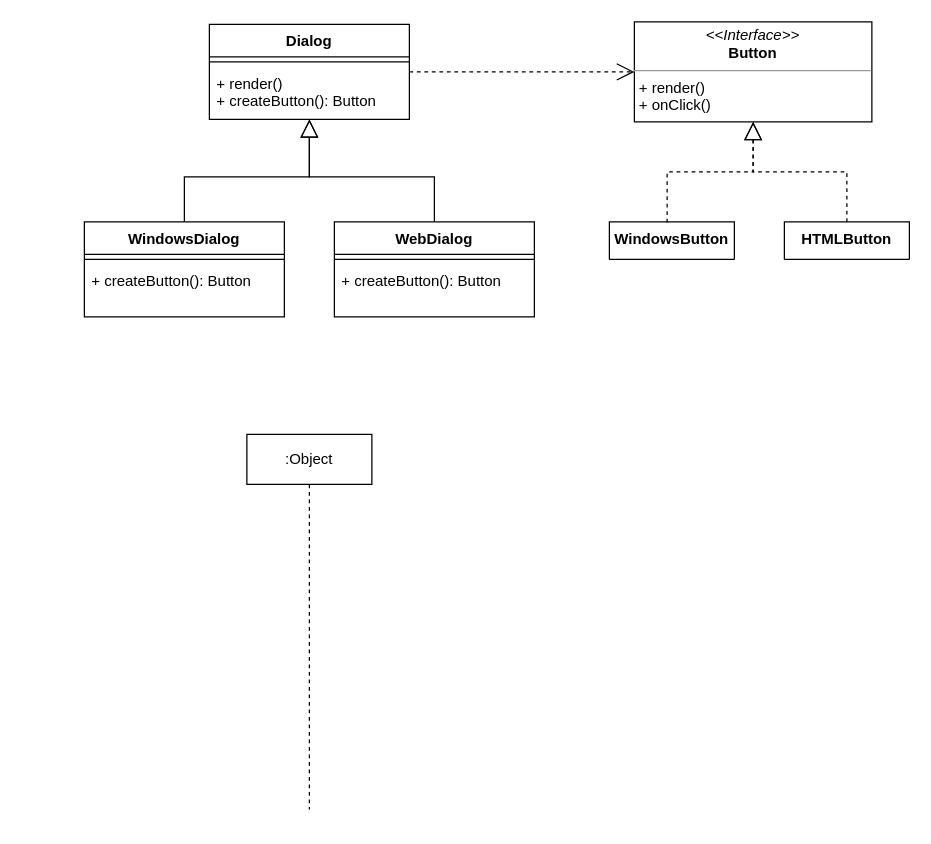
Before: page "Factory Method" (1 of 5) of patrones_creacionales/Diagrama sin título.drawio in estebansalas18/Patrones-GoF, a draw.io diagram. Source tidied: cells renumbered, new cells numbered last; positions are measured from the earlier drawing's top-left corner, leaving out a move shared by most shapes. Both pictures are drawn from the tidied source at 125%, with x=0, y=0 at pixel (84, 21).
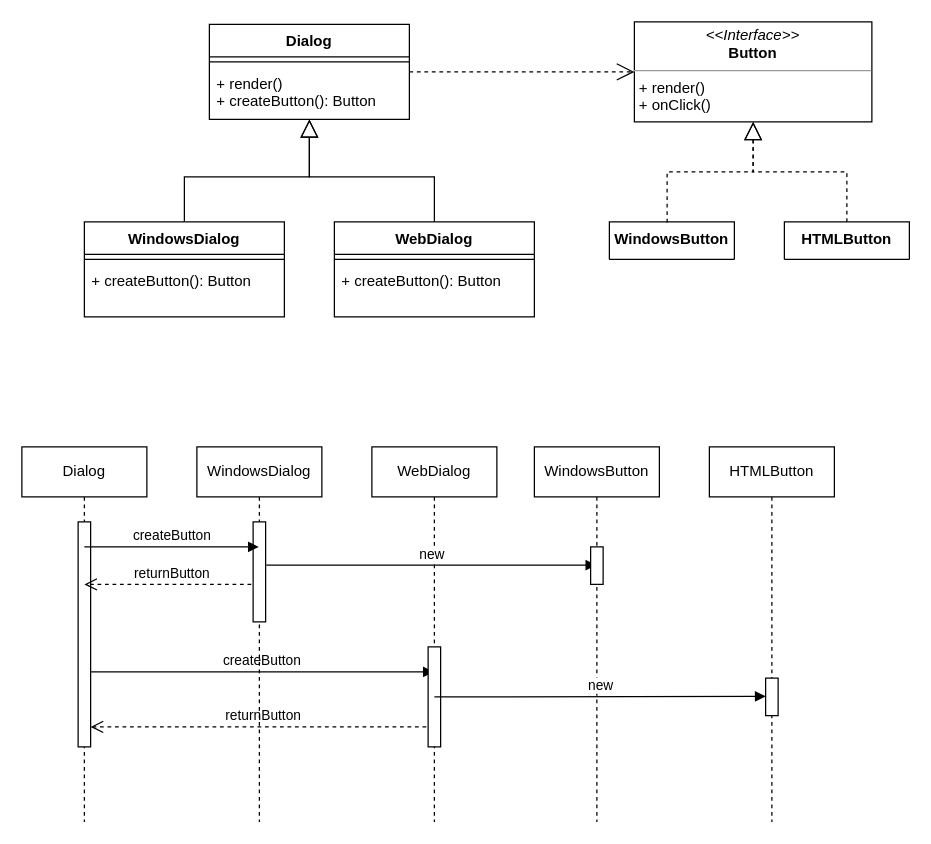
The same page after the edit.

The edit, as a diff of the source:
```diff
@@
-    <mxCell id="19" value=":Object" style="shape=umlLifeline;perimeter=lifelinePerimeter;whiteSpace=wrap;html=1;" parent="1" vertex="1">
-      <mxGeometry x="130" y="330" width="100" height="300" as="geometry" />
+    <mxCell id="19" value="Dialog" style="shape=umlLifeline;perimeter=lifelinePerimeter;whiteSpace=wrap;html=1;" parent="1" vertex="1">
+      <mxGeometry x="-50" y="340" width="100" height="300" as="geometry" />
     </mxCell>
+    <mxCell id="20" style="html=1;perimeter=orthogonalPerimeter;" parent="19" vertex="1">
+      <mxGeometry x="45" y="60" width="10" height="180" as="geometry" />
+    </mxCell>
+    <mxCell id="21" value="returnButton" style="html=1;verticalAlign=bottom;endArrow=open;dashed=1;endSize=8;rounded=0;" parent="19" edge="1" source="24">
+      <mxGeometry relative="1" as="geometry">
+        <mxPoint x="50" y="110" as="targetPoint" />
+      </mxGeometry>
+    </mxCell>
+    <mxCell id="22" value="returnButton" style="html=1;verticalAlign=bottom;endArrow=open;dashed=1;endSize=8;rounded=0;" parent="19" edge="1" source="26">
+      <mxGeometry relative="1" as="geometry">
+        <mxPoint x="55" y="224" as="targetPoint" />
+      </mxGeometry>
+    </mxCell>
+    <mxCell id="23" value="createButton" style="html=1;verticalAlign=bottom;endArrow=block;rounded=0;" parent="19" edge="1" target="26">
+      <mxGeometry relative="1" as="geometry">
+        <mxPoint x="55" y="180" as="sourcePoint" />
+      </mxGeometry>
+    </mxCell>
+    <mxCell id="24" value="WindowsDialog" style="shape=umlLifeline;perimeter=lifelinePerimeter;whiteSpace=wrap;html=1;outlineConnect=0;" parent="1" vertex="1">
+      <mxGeometry x="90" y="340" width="100" height="300" as="geometry" />
+    </mxCell>
+    <mxCell id="25" style="html=1;perimeter=orthogonalPerimeter;" parent="24" vertex="1">
+      <mxGeometry x="45" y="60" width="10" height="80" as="geometry" />
+    </mxCell>
+    <mxCell id="26" value="WebDialog" style="shape=umlLifeline;perimeter=lifelinePerimeter;whiteSpace=wrap;html=1;outlineConnect=0;" parent="1" vertex="1">
+      <mxGeometry x="230" y="340" width="100" height="300" as="geometry" />
+    </mxCell>
+    <mxCell id="27" value="new" style="html=1;verticalAlign=bottom;endArrow=block;rounded=0;" parent="26" edge="1" target="29">
+      <mxGeometry relative="1" as="geometry">
+        <mxPoint x="-84.5" y="94.6" as="sourcePoint" />
+      </mxGeometry>
+    </mxCell>
+    <mxCell id="28" style="html=1;perimeter=orthogonalPerimeter;" parent="26" vertex="1">
+      <mxGeometry x="45" y="160" width="10" height="80" as="geometry" />
+    </mxCell>
+    <mxCell id="29" value="WindowsButton" style="shape=umlLifeline;perimeter=lifelinePerimeter;whiteSpace=wrap;html=1;outlineConnect=0;" parent="1" vertex="1">
+      <mxGeometry x="360" y="340" width="100" height="300" as="geometry" />
+    </mxCell>
+    <mxCell id="30" style="html=1;perimeter=orthogonalPerimeter;" parent="29" vertex="1">
+      <mxGeometry x="45" y="80" width="10" height="30" as="geometry" />
+    </mxCell>
+    <mxCell id="31" value="new" style="html=1;verticalAlign=bottom;endArrow=block;rounded=0;" parent="29" edge="1">
+      <mxGeometry relative="1" as="geometry">
+        <mxPoint x="-80" y="200" as="sourcePoint" />
+        <mxPoint x="185" y="199.6" as="targetPoint" />
+      </mxGeometry>
+    </mxCell>
+    <mxCell id="32" value="HTMLButton" style="shape=umlLifeline;perimeter=lifelinePerimeter;whiteSpace=wrap;html=1;" parent="1" vertex="1">
+      <mxGeometry x="500" y="340" width="100" height="300" as="geometry" />
+    </mxCell>
+    <mxCell id="33" style="html=1;perimeter=orthogonalPerimeter;" parent="32" vertex="1">
+      <mxGeometry x="45" y="185" width="10" height="30" as="geometry" />
+    </mxCell>
+    <mxCell id="34" value="createButton" style="html=1;verticalAlign=bottom;endArrow=block;rounded=0;" parent="1" edge="1" target="24">
+      <mxGeometry relative="1" as="geometry">
+        <mxPoint y="420" as="sourcePoint" />
+      </mxGeometry>
+    </mxCell>
```
